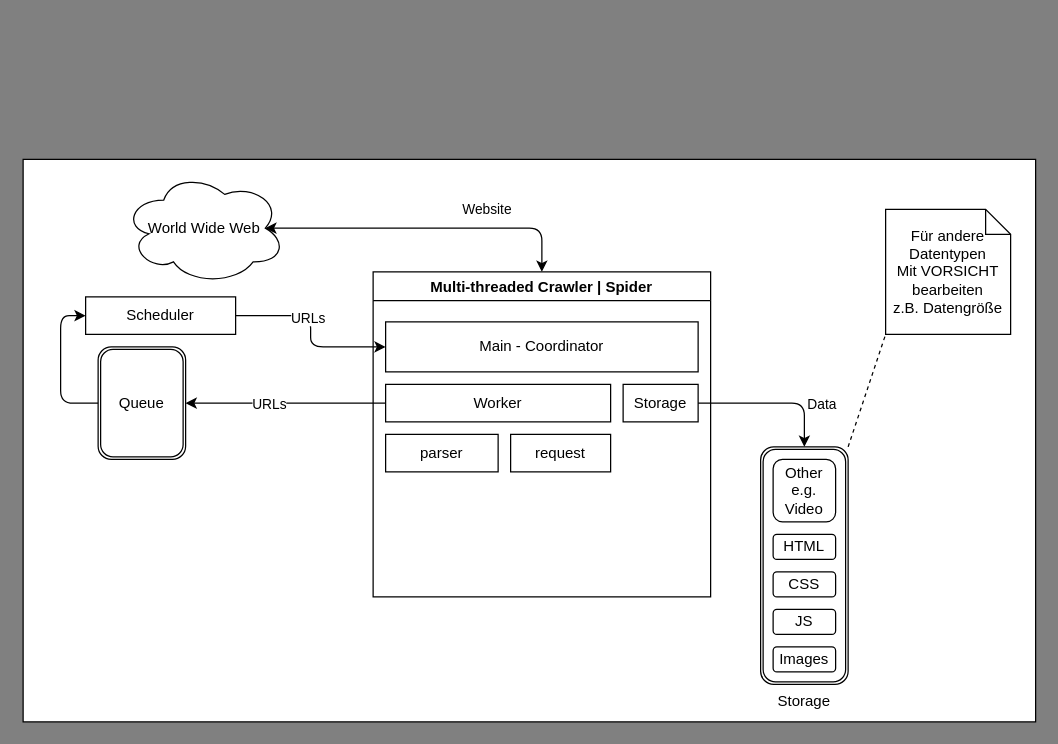
wenzfe/python-hacking keeps this draw.io diagram as doc/webcrawler.drawio. Above is the earlier version. Source tidied: cells renumbered, new cells numbered last; positions are measured from the earlier drawing's top-left corner, leaving out a move shared by most shapes. Both pictures are drawn from the tidied source at 125%, with x=0, y=0 at pixel (22, 159).
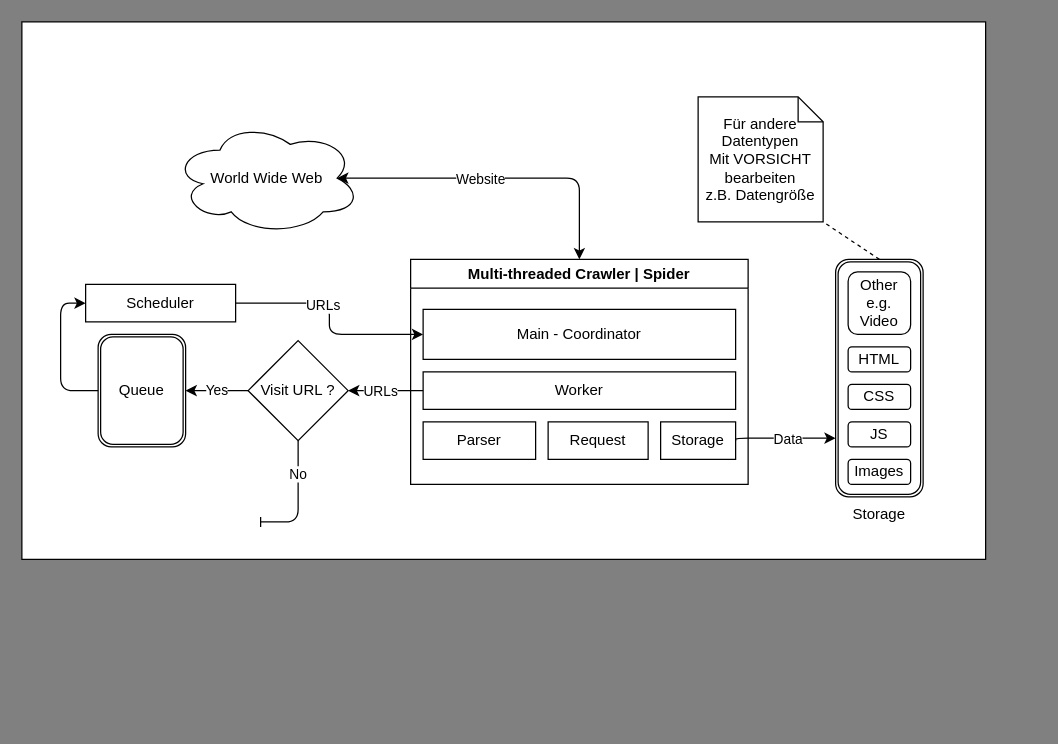
The same diagram, later.

What changed in the source:
```diff
@@
     <mxCell id="2" style="rounded=0;whiteSpace=wrap;html=1;" parent="1" vertex="1">
-      <mxGeometry width="810" height="450" as="geometry" />
+      <mxGeometry x="-1" y="-110" width="771" height="430" as="geometry" />
     </mxCell>
     <mxCell id="3" value="World Wide Web" style="ellipse;shape=cloud;whiteSpace=wrap;html=1;" parent="1" vertex="1">
-      <mxGeometry x="80" y="10" width="130" height="90" as="geometry" />
+      <mxGeometry x="120" y="-30" width="150" height="90" as="geometry" />
     </mxCell>
     <mxCell id="4" value="Scheduler" style="rounded=0;whiteSpace=wrap;html=1;" parent="1" vertex="1">
-      <mxGeometry x="50" y="110" width="120" height="30" as="geometry" />
+      <mxGeometry x="50" y="100" width="120" height="30" as="geometry" />
     </mxCell>
     <mxCell id="5" value="Queue" style="shape=ext;double=1;rounded=1;whiteSpace=wrap;html=1;" parent="1" vertex="1">
-      <mxGeometry x="60" y="150" width="70" height="90" as="geometry" />
+      <mxGeometry x="60" y="140" width="70" height="90" as="geometry" />
     </mxCell>
-    <mxCell id="6" style="edgeStyle=none;html=1;exitX=1;exitY=0;exitDx=0;exitDy=0;entryX=0;entryY=1;entryDx=0;entryDy=0;entryPerimeter=0;dashed=1;endArrow=none;endFill=0;" parent="1" edge="1" source="7" target="28">
+    <mxCell id="6" style="edgeStyle=none;html=1;exitX=0.5;exitY=0;exitDx=0;exitDy=0;entryX=1;entryY=1;entryDx=0;entryDy=0;entryPerimeter=0;dashed=1;endArrow=none;endFill=0;" parent="1" edge="1" source="7" target="28">
       <mxGeometry relative="1" as="geometry" />
     </mxCell>
-    <mxCell id="7" value="Storage" style="shape=ext;double=1;rounded=1;whiteSpace=wrap;html=1;labelPosition=center;verticalLabelPosition=bottom;align=center;verticalAlign=top;" parent="1" vertex="1">
-      <mxGeometry x="590" y="230" width="70" height="190" as="geometry" />
-    </mxCell>
     <mxCell id="8" style="edgeStyle=elbowEdgeStyle;elbow=vertical;endArrow=classic;html=1;exitX=0;exitY=0.5;exitDx=0;exitDy=0;entryX=0;entryY=0.5;entryDx=0;entryDy=0;" parent="1" edge="1" source="5" target="4">
       <mxGeometry relative="1" as="geometry">
         <Array as="points">
-          <mxPoint x="30" y="320" />
+          <mxPoint x="30" y="310" />
         </Array>
       </mxGeometry>
     </mxCell>
     <mxCell id="9" value="Multi-threaded Crawler | Spider" style="swimlane;" parent="1" vertex="1">
-      <mxGeometry x="280" y="90" width="270" height="260" as="geometry" />
+      <mxGeometry x="310" y="80" width="270" height="180" as="geometry" />
     </mxCell>
@@
     <mxCell id="11" value="Worker" style="rounded=0;whiteSpace=wrap;html=1;" parent="9" vertex="1">
-      <mxGeometry x="10" y="90" width="180" height="30" as="geometry" />
+      <mxGeometry x="10" y="90" width="250" height="30" as="geometry" />
     </mxCell>
     <mxCell id="12" value="Storage" style="rounded=0;whiteSpace=wrap;html=1;" parent="9" vertex="1">
-      <mxGeometry x="200" y="90" width="60" height="30" as="geometry" />
+      <mxGeometry x="200" y="130" width="60" height="30" as="geometry" />
     </mxCell>
-    <mxCell id="13" value="parser" style="rounded=0;whiteSpace=wrap;html=1;" parent="9" vertex="1">
+    <mxCell id="13" value="Parser" style="rounded=0;whiteSpace=wrap;html=1;" parent="9" vertex="1">
       <mxGeometry x="10" y="130" width="90" height="30" as="geometry" />
     </mxCell>
-    <mxCell id="14" value="request" style="rounded=0;whiteSpace=wrap;html=1;" parent="9" vertex="1">
+    <mxCell id="14" value="Request" style="rounded=0;whiteSpace=wrap;html=1;" parent="9" vertex="1">
       <mxGeometry x="110" y="130" width="80" height="30" as="geometry" />
     </mxCell>
     <mxCell id="15" style="edgeStyle=elbowEdgeStyle;elbow=vertical;endArrow=classic;html=1;entryX=0.5;entryY=0;entryDx=0;entryDy=0;exitX=0.875;exitY=0.5;exitDx=0;exitDy=0;exitPerimeter=0;startArrow=classic;startFill=1;" parent="1" edge="1" source="3" target="9">
       <mxGeometry relative="1" as="geometry">
         <Array as="points">
-          <mxPoint x="310" y="55" />
+          <mxPoint x="350" y="15" />
         </Array>
       </mxGeometry>
     </mxCell>
     <mxCell id="16" value="Website" style="edgeLabel;html=1;align=center;verticalAlign=middle;" parent="15" vertex="1">
       <mxGeometry x="0.36" relative="1" as="geometry">
-        <mxPoint x="3" y="-16" as="offset" />
+        <mxPoint x="-62" as="offset" />
       </mxGeometry>
     </mxCell>
-    <mxCell id="17" style="edgeStyle=elbowEdgeStyle;elbow=vertical;endArrow=classic;html=1;entryX=0.5;entryY=0;entryDx=0;entryDy=0;exitX=1;exitY=0.5;exitDx=0;exitDy=0;" parent="1" edge="1" source="12" target="7">
+    <mxCell id="17" style="edgeStyle=elbowEdgeStyle;elbow=vertical;endArrow=classic;html=1;exitX=1;exitY=0.5;exitDx=0;exitDy=0;entryX=0;entryY=0.75;entryDx=0;entryDy=0;" parent="1" edge="1" source="12" target="7">
       <mxGeometry relative="1" as="geometry">
         <Array as="points">
-          <mxPoint x="590" y="195" />
+          <mxPoint x="620" y="223" />
         </Array>
       </mxGeometry>
     </mxCell>
     <mxCell id="18" value="Data" style="edgeLabel;html=1;align=center;verticalAlign=middle;" parent="17" vertex="1">
       <mxGeometry x="-0.22" y="1" relative="1" as="geometry">
-        <mxPoint x="51" y="1" as="offset" />
+        <mxPoint x="11" y="1" as="offset" />
       </mxGeometry>
     </mxCell>
-    <mxCell id="19" style="edgeStyle=elbowEdgeStyle;elbow=horizontal;endArrow=classic;html=1;entryX=1;entryY=0.5;entryDx=0;entryDy=0;exitX=0;exitY=0.5;exitDx=0;exitDy=0;" parent="1" edge="1" source="11" target="5">
+    <mxCell id="19" style="edgeStyle=elbowEdgeStyle;elbow=horizontal;endArrow=classic;html=1;exitX=0;exitY=0.5;exitDx=0;exitDy=0;entryX=1;entryY=0.5;entryDx=0;entryDy=0;" parent="1" edge="1" source="11" target="31">
       <mxGeometry relative="1" as="geometry" />
     </mxCell>
@@
+    <mxCell id="28" value="Für andere Datentypen&lt;br&gt;Mit VORSICHT bearbeiten&lt;br&gt;z.B. Datengröße" style="shape=note;size=20;whiteSpace=wrap;html=1;" parent="1" vertex="1">
+      <mxGeometry x="540" y="-50" width="100" height="100" as="geometry" />
+    </mxCell>
+    <mxCell id="29" style="group;" parent="1" vertex="1">
+      <mxGeometry x="650" y="80" width="70" height="190" as="geometry" />
+    </mxCell>
+    <mxCell id="7" value="Storage" style="shape=ext;double=1;rounded=1;whiteSpace=wrap;html=1;labelPosition=center;verticalLabelPosition=bottom;align=center;verticalAlign=top;" parent="29" vertex="1">
+      <mxGeometry width="70" height="190" as="geometry" />
+    </mxCell>
+    <mxCell id="30" style="group;" parent="29" vertex="1">
+      <mxGeometry x="10" y="10" width="50" height="170" as="geometry" />
+    </mxCell>
-    <mxCell id="23" value="HTML" style="rounded=1;whiteSpace=wrap;html=1;" parent="1" vertex="1">
-      <mxGeometry x="600" y="300" width="50" height="20" as="geometry" />
+    <mxCell id="23" value="HTML" style="rounded=1;whiteSpace=wrap;html=1;" parent="30" vertex="1">
+      <mxGeometry y="60" width="50" height="20" as="geometry" />
     </mxCell>
-    <mxCell id="24" value="CSS" style="rounded=1;whiteSpace=wrap;html=1;" parent="1" vertex="1">
-      <mxGeometry x="600" y="330" width="50" height="20" as="geometry" />
+    <mxCell id="24" value="CSS" style="rounded=1;whiteSpace=wrap;html=1;" parent="30" vertex="1">
+      <mxGeometry y="90" width="50" height="20" as="geometry" />
     </mxCell>
-    <mxCell id="25" value="JS" style="rounded=1;whiteSpace=wrap;html=1;" parent="1" vertex="1">
-      <mxGeometry x="600" y="360" width="50" height="20" as="geometry" />
+    <mxCell id="25" value="JS" style="rounded=1;whiteSpace=wrap;html=1;" parent="30" vertex="1">
+      <mxGeometry y="120" width="50" height="20" as="geometry" />
     </mxCell>
-    <mxCell id="26" value="Images" style="rounded=1;whiteSpace=wrap;html=1;" parent="1" vertex="1">
-      <mxGeometry x="600" y="390" width="50" height="20" as="geometry" />
+    <mxCell id="26" value="Images" style="rounded=1;whiteSpace=wrap;html=1;" parent="30" vertex="1">
+      <mxGeometry y="150" width="50" height="20" as="geometry" />
     </mxCell>
-    <mxCell id="27" value="Other&lt;br&gt;e.g. Video" style="rounded=1;whiteSpace=wrap;html=1;" parent="1" vertex="1">
-      <mxGeometry x="600" y="240" width="50" height="50" as="geometry" />
+    <mxCell id="27" value="Other&lt;br&gt;e.g. Video" style="rounded=1;whiteSpace=wrap;html=1;" parent="30" vertex="1">
+      <mxGeometry width="50" height="50" as="geometry" />
     </mxCell>
-    <mxCell id="28" value="Für andere Datentypen&lt;br&gt;Mit VORSICHT bearbeiten&lt;br&gt;z.B. Datengröße" style="shape=note;size=20;whiteSpace=wrap;html=1;" parent="1" vertex="1">
-      <mxGeometry x="690" y="40" width="100" height="100" as="geometry" />
-    </mxCell>
+    <mxCell id="31" value="Visit URL ?" style="rhombus;whiteSpace=wrap;html=1;" parent="1" vertex="1">
+      <mxGeometry x="180" y="145" width="80" height="80" as="geometry" />
+    </mxCell>
+    <mxCell id="32" value="Yes" style="edgeStyle=elbowEdgeStyle;elbow=vertical;endArrow=classic;html=1;exitX=0;exitY=0.5;exitDx=0;exitDy=0;entryX=1;entryY=0.5;entryDx=0;entryDy=0;" parent="1" edge="1" source="31" target="5">
+      <mxGeometry relative="1" as="geometry" />
+    </mxCell>
+    <mxCell id="33" value="No" style="edgeStyle=elbowEdgeStyle;elbow=vertical;endArrow=baseDash;html=1;exitX=0.5;exitY=1;exitDx=0;exitDy=0;strokeColor=default;endFill=0;" parent="1" edge="1" source="31">
+      <mxGeometry x="-0.44" relative="1" as="geometry">
+        <mxPoint x="190" y="290" as="targetPoint" />
+        <Array as="points">
+          <mxPoint x="220" y="290" />
+        </Array>
+      </mxGeometry>
+    </mxCell>
```
